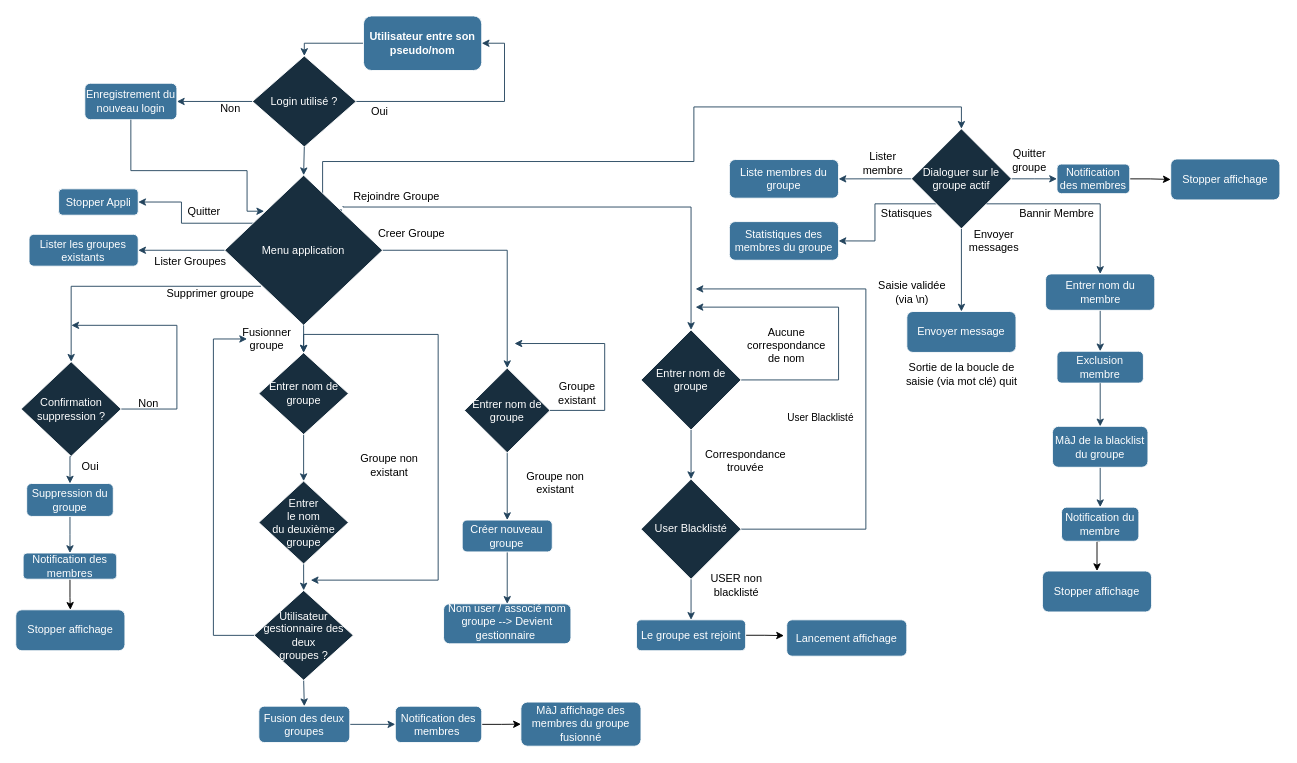
Before: docs/Diagramme/DiagrammeFlux_Projet_a_jourV3.drawio in clementfvrl/projet_linux, a draw.io diagram. Source tidied: cells renumbered, new cells numbered last; positions are measured from the earlier drawing's top-left corner, leaving out a move shared by most shapes. Both pictures are drawn from the tidied source at 91%, with x=0, y=0 at pixel (15, 15).
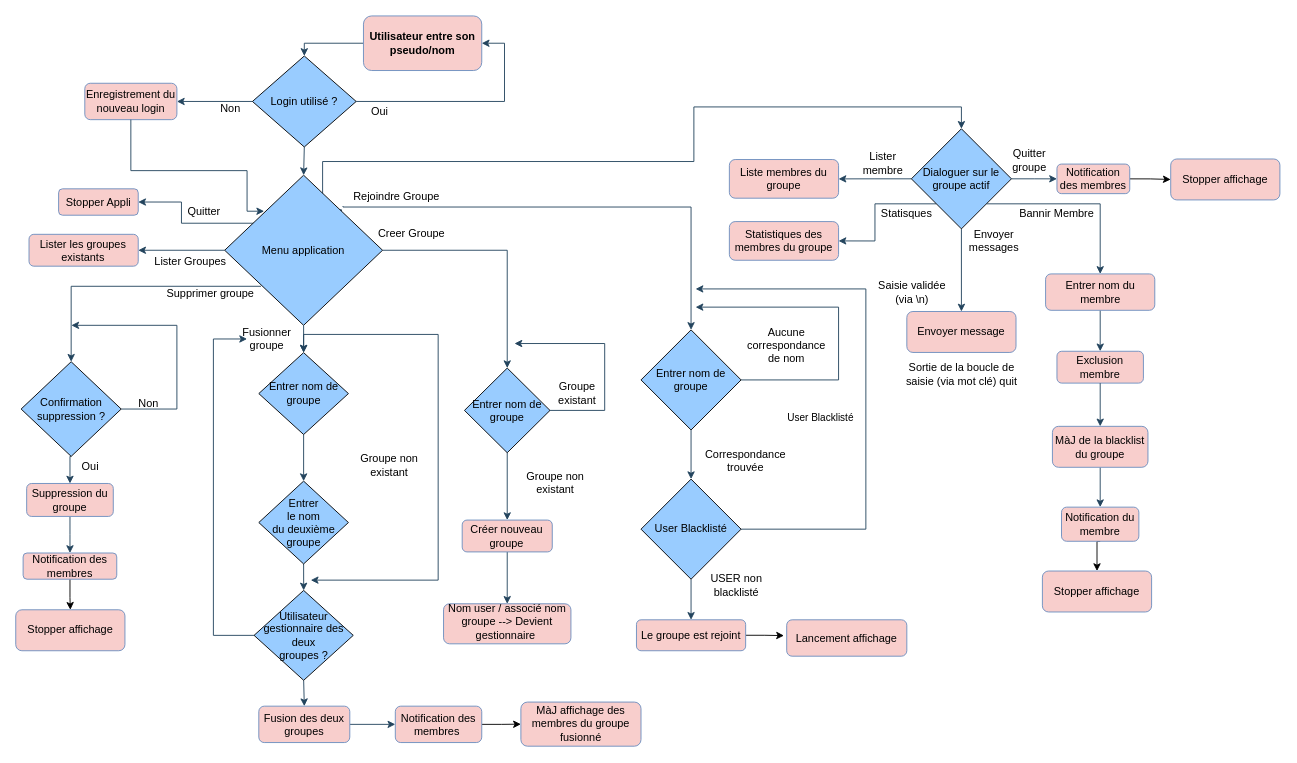
The same diagram, later.

Commit message (it also covers changes not shown here):
modif sur diagramme V3

Diff of the diagram source:
```diff
@@
-    <mxCell id="3" value="&lt;b&gt;Utilisateur entre son pseudo/nom&lt;/b&gt;" style="rounded=1;whiteSpace=wrap;html=1;fontSize=12;glass=0;strokeWidth=1;shadow=0;fillColor=light-dark(#3C739A, #37688b);strokeColor=#FFFFFF;labelBackgroundColor=none;fontColor=#FFFFFF;" parent="1" vertex="1">
+    <mxCell id="3" value="&lt;b&gt;Utilisateur entre son pseudo/nom&lt;/b&gt;" style="rounded=1;whiteSpace=wrap;html=1;fontSize=12;glass=0;strokeWidth=1;shadow=0;fillColor=#F8CECC;strokeColor=#6c8ebf;labelBackgroundColor=none;" parent="1" vertex="1">
       <mxGeometry x="381.9" width="130" height="60" as="geometry" />
     </mxCell>
@@
-    <mxCell id="5" value="Créer nouveau groupe" style="whiteSpace=wrap;html=1;rounded=1;glass=0;strokeWidth=1;shadow=0;fillColor=light-dark(#3C739A, #37688b);strokeColor=#FFFFFF;labelBackgroundColor=none;fontColor=#FFFFFF;" parent="1" vertex="1">
+    <mxCell id="5" value="Créer nouveau groupe" style="whiteSpace=wrap;html=1;rounded=1;glass=0;strokeWidth=1;shadow=0;fillColor=#F8CECC;strokeColor=#6c8ebf;labelBackgroundColor=none;" parent="1" vertex="1">
       <mxGeometry x="490.4" y="554" width="99" height="35" as="geometry" />
     </mxCell>
@@
-    <mxCell id="12" value="Dialoguer sur le groupe actif" style="rhombus;whiteSpace=wrap;html=1;fillColor=#182E3E;strokeColor=#FFFFFF;labelBackgroundColor=none;fontColor=#FFFFFF;" parent="1" vertex="1">
+    <mxCell id="12" value="Dialoguer sur le groupe actif" style="rhombus;whiteSpace=wrap;html=1;fillColor=light-dark(#99CCFF,#436697);strokeColor=default;labelBackgroundColor=none;labelBorderColor=none;" parent="1" vertex="1">
       <mxGeometry x="984" y="124" width="110" height="110" as="geometry" />
     </mxCell>
-    <mxCell id="13" value="Liste membres du groupe" style="rounded=1;whiteSpace=wrap;html=1;fillColor=light-dark(#3C739A, #37688b);strokeColor=#FFFFFF;labelBackgroundColor=none;fontColor=#FFFFFF;" parent="1" vertex="1">
+    <mxCell id="13" value="Liste membres du groupe" style="rounded=1;whiteSpace=wrap;html=1;fillColor=#F8CECC;strokeColor=#6c8ebf;labelBackgroundColor=none;" parent="1" vertex="1">
       <mxGeometry x="784" y="157.8" width="120" height="42.5" as="geometry" />
     </mxCell>
@@
-    <mxCell id="26" value="Menu application" style="rhombus;whiteSpace=wrap;html=1;points=[[0,0.5,0,0,0],[0.23,0.74,0,0,0],[0.25,0.24,0,0,0],[0.5,0,0,0,0],[0.5,1,0,0,0],[0.74,0.24,0,0,0],[0.76,0.74,0,0,0],[1,0.5,0,0,0]];fillColor=#182E3E;strokeColor=#FFFFFF;labelBackgroundColor=none;fontColor=#FFFFFF;" parent="1" vertex="1">
+    <mxCell id="26" value="Menu application" style="rhombus;whiteSpace=wrap;html=1;points=[[0,0.5,0,0,0],[0.23,0.74,0,0,0],[0.25,0.24,0,0,0],[0.5,0,0,0,0],[0.5,1,0,0,0],[0.74,0.24,0,0,0],[0.76,0.74,0,0,0],[1,0.5,0,0,0]];fillColor=light-dark(#99CCFF,#436697);strokeColor=default;labelBackgroundColor=none;labelBorderColor=none;" parent="1" vertex="1">
       <mxGeometry x="229.4" y="175" width="173.5" height="165" as="geometry" />
     </mxCell>
@@
-    <mxCell id="29" value="Entrer nom de groupe" style="rhombus;whiteSpace=wrap;html=1;fillColor=#182E3E;strokeColor=#FFFFFF;labelBackgroundColor=none;fontColor=#FFFFFF;" parent="1" vertex="1">
+    <mxCell id="29" value="Entrer nom de groupe" style="rhombus;whiteSpace=wrap;html=1;fillColor=light-dark(#99CCFF,#436697);strokeColor=default;labelBackgroundColor=none;labelBorderColor=none;" parent="1" vertex="1">
       <mxGeometry x="492.9" y="387" width="94" height="93" as="geometry" />
     </mxCell>
-    <mxCell id="30" value="Lister les groupes existants" style="rounded=1;whiteSpace=wrap;html=1;fontSize=12;glass=0;strokeWidth=1;shadow=0;fillColor=light-dark(#3C739A, #37688b);strokeColor=#FFFFFF;labelBackgroundColor=none;fontColor=#FFFFFF;" parent="1" vertex="1">
+    <mxCell id="30" value="Lister les groupes existants" style="rounded=1;whiteSpace=wrap;html=1;fontSize=12;glass=0;strokeWidth=1;shadow=0;fillColor=#F8CECC;strokeColor=#6c8ebf;labelBackgroundColor=none;" parent="1" vertex="1">
       <mxGeometry x="14.4" y="240" width="120" height="35" as="geometry" />
     </mxCell>
-    <mxCell id="31" value="Nom user / associé nom groupe --&amp;gt; Devient gestionnaire&amp;nbsp;" style="rounded=1;whiteSpace=wrap;html=1;shadow=0;strokeWidth=1;spacing=6;spacingTop=-4;fillColor=light-dark(#3C739A, #37688b);strokeColor=#FFFFFF;labelBackgroundColor=none;fontColor=#FFFFFF;" parent="1" vertex="1">
+    <mxCell id="31" value="Nom user / associé nom groupe --&amp;gt; Devient gestionnaire&amp;nbsp;" style="rounded=1;whiteSpace=wrap;html=1;shadow=0;strokeWidth=1;spacing=6;spacingTop=-4;fillColor=#F8CECC;strokeColor=#6c8ebf;labelBackgroundColor=none;" parent="1" vertex="1">
       <mxGeometry x="469.9" y="646" width="140" height="44" as="geometry" />
     </mxCell>
@@
-    <mxCell id="33" value="Entrer nom du membre" style="rounded=1;whiteSpace=wrap;html=1;fillColor=light-dark(#3C739A, #37688b);strokeColor=#FFFFFF;labelBackgroundColor=none;fontColor=#FFFFFF;" parent="1" vertex="1">
+    <mxCell id="33" value="Entrer nom du membre" style="rounded=1;whiteSpace=wrap;html=1;fillColor=#F8CECC;strokeColor=#6c8ebf;labelBackgroundColor=none;" parent="1" vertex="1">
       <mxGeometry x="1131.5" y="283.5" width="120" height="40" as="geometry" />
     </mxCell>
@@
-    <mxCell id="35" value="Suppression du groupe" style="rounded=1;whiteSpace=wrap;html=1;fillColor=light-dark(#3C739A, #37688b);strokeColor=#FFFFFF;labelBackgroundColor=none;fontColor=#FFFFFF;" parent="1" vertex="1">
+    <mxCell id="35" value="Suppression du groupe" style="rounded=1;whiteSpace=wrap;html=1;fillColor=#F8CECC;strokeColor=#6c8ebf;labelBackgroundColor=none;" parent="1" vertex="1">
       <mxGeometry x="11.8" y="513.8" width="95.2" height="36.2" as="geometry" />
     </mxCell>
@@
-    <mxCell id="38" value="Fusion des deux groupes" style="rounded=1;whiteSpace=wrap;html=1;fillColor=light-dark(#3C739A, #37688b);strokeColor=#FFFFFF;labelBackgroundColor=none;fontColor=#FFFFFF;" parent="1" vertex="1">
+    <mxCell id="38" value="Fusion des deux groupes" style="rounded=1;whiteSpace=wrap;html=1;fillColor=#F8CECC;strokeColor=#6c8ebf;labelBackgroundColor=none;" parent="1" vertex="1">
       <mxGeometry x="266.9" y="758.5" width="100" height="40" as="geometry" />
     </mxCell>
@@
-    <mxCell id="41" value="Exclusion membre" style="rounded=1;whiteSpace=wrap;html=1;fillColor=light-dark(#3C739A, #37688b);strokeColor=#FFFFFF;labelBackgroundColor=none;fontColor=#FFFFFF;" parent="1" vertex="1">
+    <mxCell id="41" value="Exclusion membre" style="rounded=1;whiteSpace=wrap;html=1;fillColor=#F8CECC;strokeColor=#6c8ebf;labelBackgroundColor=none;" parent="1" vertex="1">
       <mxGeometry x="1144" y="368.5" width="95" height="35" as="geometry" />
     </mxCell>
-    <mxCell id="42" value="MàJ de la blacklist du groupe" style="whiteSpace=wrap;html=1;rounded=1;fillColor=light-dark(#3C739A, #37688b);strokeColor=#FFFFFF;labelBackgroundColor=none;fontColor=#FFFFFF;" parent="1" vertex="1">
+    <mxCell id="42" value="MàJ de la blacklist du groupe" style="whiteSpace=wrap;html=1;rounded=1;fillColor=#F8CECC;strokeColor=#6c8ebf;labelBackgroundColor=none;" parent="1" vertex="1">
       <mxGeometry x="1139" y="451" width="105" height="45" as="geometry" />
     </mxCell>
@@
-    <mxCell id="44" value="Notification des membres&amp;nbsp;" style="rounded=1;whiteSpace=wrap;html=1;fillColor=light-dark(#3C739A, #37688b);strokeColor=#FFFFFF;labelBackgroundColor=none;fontColor=#FFFFFF;" parent="1" vertex="1">
+    <mxCell id="44" value="Notification des membres&amp;nbsp;" style="rounded=1;whiteSpace=wrap;html=1;fillColor=#F8CECC;strokeColor=#6c8ebf;labelBackgroundColor=none;" parent="1" vertex="1">
       <mxGeometry x="416.9" y="758.5" width="95" height="40" as="geometry" />
     </mxCell>
@@
-    <mxCell id="46" value="Notification du membre" style="rounded=1;whiteSpace=wrap;html=1;fillColor=light-dark(#3C739A, #37688b);strokeColor=#FFFFFF;labelBackgroundColor=none;fontColor=#FFFFFF;" parent="1" vertex="1">
+    <mxCell id="46" value="Notification du membre" style="rounded=1;whiteSpace=wrap;html=1;fillColor=#F8CECC;strokeColor=#6c8ebf;labelBackgroundColor=none;" parent="1" vertex="1">
       <mxGeometry x="1149" y="539.8" width="85" height="37.5" as="geometry" />
     </mxCell>
@@
-    <mxCell id="52" value="Entrer nom de groupe" style="rhombus;whiteSpace=wrap;html=1;fillColor=#182E3E;strokeColor=#FFFFFF;labelBackgroundColor=none;fontColor=#FFFFFF;" parent="1" vertex="1">
+    <mxCell id="52" value="Entrer nom de groupe" style="rhombus;whiteSpace=wrap;html=1;fillColor=light-dark(#99CCFF,#436697);strokeColor=default;labelBackgroundColor=none;labelBorderColor=none;" parent="1" vertex="1">
       <mxGeometry x="686.9" y="345" width="110" height="110" as="geometry" />
     </mxCell>
@@
-    <mxCell id="55" value="Lancement affichage" style="rounded=1;whiteSpace=wrap;html=1;fillColor=light-dark(#3C739A, #37688b);strokeColor=#FFFFFF;labelBackgroundColor=none;fontColor=#FFFFFF;" parent="1" vertex="1">
+    <mxCell id="55" value="Lancement affichage" style="rounded=1;whiteSpace=wrap;html=1;fillColor=#F8CECC;strokeColor=#6c8ebf;labelBackgroundColor=none;" parent="1" vertex="1">
       <mxGeometry x="847" y="663.6" width="132" height="40" as="geometry" />
     </mxCell>
@@
-    <mxCell id="57" value="Envoyer message" style="rounded=1;whiteSpace=wrap;html=1;fillColor=light-dark(#3C739A, #37688b);strokeColor=#FFFFFF;labelBackgroundColor=none;fontColor=#FFFFFF;" parent="1" vertex="1">
+    <mxCell id="57" value="Envoyer message" style="rounded=1;whiteSpace=wrap;html=1;fillColor=#F8CECC;strokeColor=#6c8ebf;labelBackgroundColor=none;" parent="1" vertex="1">
       <mxGeometry x="979" y="324.8" width="120" height="45" as="geometry" />
     </mxCell>
@@
-    <mxCell id="61" value="Confirmation suppression ?" style="rhombus;whiteSpace=wrap;html=1;fillColor=#182E3E;strokeColor=#FFFFFF;labelBackgroundColor=none;fontColor=#FFFFFF;" parent="1" vertex="1">
+    <mxCell id="61" value="Confirmation suppression ?" style="rhombus;whiteSpace=wrap;html=1;fillColor=light-dark(#99CCFF,#436697);strokeColor=default;labelBackgroundColor=none;labelBorderColor=none;" parent="1" vertex="1">
       <mxGeometry x="5.7" y="380" width="110" height="104" as="geometry" />
     </mxCell>
@@
-    <mxCell id="63" value="Notification des membres" style="rounded=1;whiteSpace=wrap;html=1;fillColor=light-dark(#3C739A, #37688b);strokeColor=#FFFFFF;labelBackgroundColor=none;fontColor=#FFFFFF;" parent="1" vertex="1">
+    <mxCell id="63" value="Notification des membres" style="rounded=1;whiteSpace=wrap;html=1;fillColor=#F8CECC;strokeColor=#6c8ebf;labelBackgroundColor=none;" parent="1" vertex="1">
       <mxGeometry x="7.9" y="590.2" width="102.9" height="28.8" as="geometry" />
     </mxCell>
@@
-    <mxCell id="68" value="Entrer &lt;br&gt;le nom &lt;br&gt;du deuxième &lt;br&gt;groupe" style="rhombus;whiteSpace=wrap;html=1;fillColor=#182E3E;strokeColor=#FFFFFF;labelBackgroundColor=none;fontColor=#FFFFFF;" parent="1" vertex="1">
+    <mxCell id="68" value="Entrer &lt;br&gt;le nom &lt;br&gt;du deuxième &lt;br&gt;groupe" style="rhombus;whiteSpace=wrap;html=1;fillColor=light-dark(#99CCFF,#436697);strokeColor=default;labelBackgroundColor=none;labelBorderColor=none;" parent="1" vertex="1">
       <mxGeometry x="266.9" y="511.2" width="98.5" height="91" as="geometry" />
     </mxCell>
@@
-    <mxCell id="72" value="User Blacklisté" style="rhombus;whiteSpace=wrap;html=1;fillColor=#182E3E;strokeColor=#FFFFFF;labelBackgroundColor=none;fontColor=#FFFFFF;" parent="1" vertex="1">
+    <mxCell id="72" value="User Blacklisté" style="rhombus;whiteSpace=wrap;html=1;fillColor=light-dark(#99CCFF,#436697);strokeColor=default;labelBackgroundColor=none;labelBorderColor=none;" parent="1" vertex="1">
       <mxGeometry x="686.9" y="509" width="110" height="110" as="geometry" />
     </mxCell>
-    <mxCell id="73" value="Stopper Appli" style="rounded=1;whiteSpace=wrap;html=1;fontSize=12;glass=0;strokeWidth=1;shadow=0;fillColor=light-dark(#3C739A, #37688b);strokeColor=#FFFFFF;labelBackgroundColor=none;fontColor=#FFFFFF;" parent="1" vertex="1">
+    <mxCell id="73" value="Stopper Appli" style="rounded=1;whiteSpace=wrap;html=1;fontSize=12;glass=0;strokeWidth=1;shadow=0;fillColor=#F8CECC;strokeColor=#6c8ebf;labelBackgroundColor=none;" parent="1" vertex="1">
       <mxGeometry x="46.9" y="190" width="87.5" height="29" as="geometry" />
     </mxCell>
-    <mxCell id="74" value="Statistiques des membres du groupe" style="rounded=1;whiteSpace=wrap;html=1;fillColor=light-dark(#3C739A, #37688b);strokeColor=#FFFFFF;labelBackgroundColor=none;fontColor=#FFFFFF;" parent="1" vertex="1">
+    <mxCell id="74" value="Statistiques des membres du groupe" style="rounded=1;whiteSpace=wrap;html=1;fillColor=#F8CECC;strokeColor=#6c8ebf;labelBackgroundColor=none;" parent="1" vertex="1">
       <mxGeometry x="784" y="226" width="120" height="42.5" as="geometry" />
     </mxCell>
-    <mxCell id="75" value="Stopper affichage" style="rounded=1;whiteSpace=wrap;html=1;fillColor=light-dark(#3C739A, #37688b);strokeColor=#FFFFFF;labelBackgroundColor=none;fontColor=#FFFFFF;" parent="1" vertex="1">
+    <mxCell id="75" value="Stopper affichage" style="rounded=1;whiteSpace=wrap;html=1;fillColor=#F8CECC;strokeColor=#6c8ebf;labelBackgroundColor=none;" parent="1" vertex="1">
       <mxGeometry x="1269" y="157.2" width="120" height="45" as="geometry" />
     </mxCell>
@@
-    <mxCell id="82" value="Login utilisé ?" style="rhombus;whiteSpace=wrap;html=1;points=[[0,0.5,0,0,0],[0.23,0.74,0,0,0],[0.25,0.24,0,0,0],[0.5,0,0,0,0],[0.5,1,0,0,0],[0.74,0.24,0,0,0],[0.76,0.74,0,0,0],[1,0.5,0,0,0]];fillColor=#182E3E;strokeColor=#FFFFFF;labelBackgroundColor=none;fontColor=#FFFFFF;" parent="1" vertex="1">
+    <mxCell id="82" value="Login utilisé ?" style="rhombus;whiteSpace=wrap;html=1;points=[[0,0.5,0,0,0],[0.23,0.74,0,0,0],[0.25,0.24,0,0,0],[0.5,0,0,0,0],[0.5,1,0,0,0],[0.74,0.24,0,0,0],[0.76,0.74,0,0,0],[1,0.5,0,0,0]];fillColor=light-dark(#99CCFF,#436697);strokeColor=default;labelBackgroundColor=none;labelBorderColor=none;" parent="1" vertex="1">
       <mxGeometry x="259.9" y="44" width="114" height="100" as="geometry" />
     </mxCell>
@@
-    <mxCell id="84" value="Enregistrement du nouveau login" style="rounded=1;whiteSpace=wrap;html=1;fillColor=light-dark(#3C739A, #37688b);strokeColor=#FFFFFF;labelBackgroundColor=none;fontColor=#FFFFFF;" parent="1" vertex="1">
+    <mxCell id="84" value="Enregistrement du nouveau login" style="rounded=1;whiteSpace=wrap;html=1;fillColor=#F8CECC;strokeColor=#6c8ebf;labelBackgroundColor=none;" parent="1" vertex="1">
       <mxGeometry x="75.7" y="74" width="101.2" height="40" as="geometry" />
     </mxCell>
@@
-    <mxCell id="89" value="Notification des membres" style="rounded=1;whiteSpace=wrap;html=1;fillColor=light-dark(#3C739A, #37688b);strokeColor=#FFFFFF;labelBackgroundColor=none;fontColor=#FFFFFF;" parent="1" vertex="1">
+    <mxCell id="89" value="Notification des membres" style="rounded=1;whiteSpace=wrap;html=1;fillColor=#F8CECC;strokeColor=#6c8ebf;labelBackgroundColor=none;" parent="1" vertex="1">
       <mxGeometry x="1144" y="162.8" width="80" height="32.5" as="geometry" />
     </mxCell>
@@
-    <mxCell id="92" value="Entrer nom de groupe" style="rhombus;whiteSpace=wrap;html=1;fillColor=#182E3E;strokeColor=#FFFFFF;labelBackgroundColor=none;fontColor=#FFFFFF;" parent="1" vertex="1">
+    <mxCell id="92" value="Entrer nom de groupe" style="rhombus;whiteSpace=wrap;html=1;fillColor=light-dark(#99CCFF,#436697);strokeColor=default;labelBackgroundColor=none;labelBorderColor=none;" parent="1" vertex="1">
       <mxGeometry x="266.9" y="370" width="98.5" height="90" as="geometry" />
     </mxCell>
@@
-    <mxCell id="95" value="Utilisateur gestionnaire des deux &lt;br&gt;groupes ?" style="rhombus;whiteSpace=wrap;html=1;fillColor=#182E3E;strokeColor=#FFFFFF;labelBackgroundColor=none;fontColor=#FFFFFF;" parent="1" vertex="1">
+    <mxCell id="95" value="Utilisateur gestionnaire des deux &lt;br&gt;groupes ?" style="rhombus;whiteSpace=wrap;html=1;fillColor=light-dark(#99CCFF,#436697);strokeColor=default;labelBackgroundColor=none;labelBorderColor=none;" parent="1" vertex="1">
       <mxGeometry x="261.7" y="631.3" width="109" height="98.8" as="geometry" />
     </mxCell>
@@
-    <mxCell id="97" value="Le groupe est rejoint" style="rounded=1;whiteSpace=wrap;html=1;fillColor=light-dark(#3C739A, #37688b);strokeColor=#FFFFFF;labelBackgroundColor=none;fontColor=#FFFFFF;" parent="1" vertex="1">
+    <mxCell id="97" value="Le groupe est rejoint" style="rounded=1;whiteSpace=wrap;html=1;fillColor=#F8CECC;strokeColor=#6c8ebf;labelBackgroundColor=none;" parent="1" vertex="1">
       <mxGeometry x="681.9" y="663.6" width="120" height="34" as="geometry" />
     </mxCell>
-    <mxCell id="98" value="Stopper affichage" style="rounded=1;whiteSpace=wrap;html=1;fillColor=light-dark(#3C739A, #37688b);strokeColor=#FFFFFF;labelBackgroundColor=none;fontColor=#FFFFFF;" parent="1" vertex="1">
+    <mxCell id="98" value="Stopper affichage" style="rounded=1;whiteSpace=wrap;html=1;fillColor=#F8CECC;strokeColor=#6c8ebf;labelBackgroundColor=none;" parent="1" vertex="1">
       <mxGeometry x="-0.2" y="652.6" width="120" height="45" as="geometry" />
     </mxCell>
-    <mxCell id="99" value="MàJ affichage des membres du groupe fusionné" style="rounded=1;whiteSpace=wrap;html=1;fillColor=light-dark(#3C739A, #37688b);strokeColor=#FFFFFF;labelBackgroundColor=none;fontColor=#FFFFFF;" parent="1" vertex="1">
+    <mxCell id="99" value="MàJ affichage des membres du groupe fusionné" style="rounded=1;whiteSpace=wrap;html=1;fillColor=#F8CECC;strokeColor=#6c8ebf;labelBackgroundColor=none;" parent="1" vertex="1">
       <mxGeometry x="554.9" y="754" width="132" height="48.5" as="geometry" />
     </mxCell>
-    <mxCell id="100" value="Stopper affichage" style="rounded=1;whiteSpace=wrap;html=1;fillColor=light-dark(#3C739A, #37688b);strokeColor=#FFFFFF;labelBackgroundColor=none;fontColor=#FFFFFF;" parent="1" vertex="1">
+    <mxCell id="100" value="Stopper affichage" style="rounded=1;whiteSpace=wrap;html=1;fillColor=#F8CECC;strokeColor=#6c8ebf;labelBackgroundColor=none;" parent="1" vertex="1">
       <mxGeometry x="1128" y="610" width="120" height="45" as="geometry" />
     </mxCell>
```
